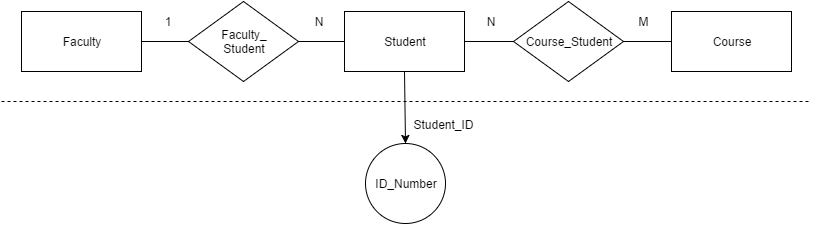
The draw.io diagram diagram/shift-2.png in jackey1510/TopicsInCS, before a commit. Source tidied: cells renumbered, new cells last; positions are measured from the earlier drawing's top-left corner, leaving out a move shared by most shapes. The source it was exported from:
```xml
<mxGraphModel background="#ffffff">
  <root>
    <mxCell id="0" />
    <mxCell id="1" parent="0" />
    <mxCell id="2" value="Student" style="whiteSpace=wrap;html=1;" parent="1" vertex="1">
      <mxGeometry x="343" y="10" width="120" height="60" as="geometry" />
    </mxCell>
    <mxCell id="3" value="Course_Student" style="rhombus;whiteSpace=wrap;html=1;" parent="1" vertex="1">
      <mxGeometry x="512" width="110" height="80" as="geometry" />
    </mxCell>
    <mxCell id="4" value="Faculty_&lt;div&gt;Student&lt;/div&gt;" style="rhombus;whiteSpace=wrap;html=1;" parent="1" vertex="1">
      <mxGeometry x="187" width="110" height="80" as="geometry" />
    </mxCell>
    <mxCell id="5" value="Faculty" style="whiteSpace=wrap;html=1;" parent="1" vertex="1">
      <mxGeometry x="20" y="10" width="120" height="60" as="geometry" />
    </mxCell>
    <mxCell id="6" value="Course" style="whiteSpace=wrap;html=1;" parent="1" vertex="1">
      <mxGeometry x="670" y="10" width="120" height="60" as="geometry" />
    </mxCell>
    <mxCell id="7" style="rounded=0;html=1;exitX=1;exitY=0.5;entryX=0;entryY=0.5;jettySize=auto;strokeColor=#000000;startArrow=none;startFill=0;endArrow=none;endFill=0;" parent="1" edge="1" source="5" target="4">
      <mxGeometry x="148.4" y="317" as="geometry" />
    </mxCell>
    <mxCell id="8" style="edgeStyle=none;rounded=0;html=1;exitX=1;exitY=0.5;entryX=0;entryY=0.5;startArrow=none;startFill=0;endArrow=none;endFill=0;jettySize=auto;strokeColor=#000000;" parent="1" edge="1" source="4" target="2">
      <mxGeometry x="305.6" y="317" as="geometry" />
    </mxCell>
    <mxCell id="9" style="edgeStyle=none;rounded=0;html=1;exitX=1;exitY=0.5;entryX=0;entryY=0.5;startArrow=none;startFill=0;endArrow=none;endFill=0;jettySize=auto;strokeColor=#000000;" parent="1" edge="1" source="2" target="3">
      <mxGeometry x="471.3" y="317" as="geometry" />
    </mxCell>
    <mxCell id="10" style="edgeStyle=none;rounded=0;html=1;exitX=1;exitY=0.5;entryX=0;entryY=0.5;startArrow=none;startFill=0;endArrow=none;endFill=0;jettySize=auto;strokeColor=#000000;" parent="1" edge="1" source="3" target="6">
      <mxGeometry x="629.9" y="317" as="geometry" />
    </mxCell>
    <mxCell id="11" style="endArrow=none;html=1;strokeColor=#000000;endFill=0;dashed=1;" parent="1" edge="1">
      <mxGeometry x="8" y="377" as="geometry">
        <mxPoint y="100" as="sourcePoint" />
        <mxPoint x="810" y="100" as="targetPoint" />
      </mxGeometry>
    </mxCell>
    <mxCell id="12" value="ID_Number" style="ellipse;whiteSpace=wrap;html=1;" parent="1" vertex="1">
      <mxGeometry x="364" y="141.8" width="80" height="80" as="geometry" />
    </mxCell>
    <mxCell id="13" value="Student_ID" style="text;html=1;strokeColor=none;fillColor=none;align=center;verticalAlign=middle;whiteSpace=wrap;" parent="1" vertex="1">
      <mxGeometry x="422" y="112.8" width="40" height="20" as="geometry" />
    </mxCell>
    <mxCell id="14" style="edgeStyle=none;rounded=0;html=1;exitX=0.5;exitY=1;entryX=0.5;entryY=0;startArrow=none;startFill=0;endArrow=classic;endFill=1;jettySize=auto;strokeColor=#000000;" parent="1" edge="1" source="2" target="12">
      <mxGeometry x="411.3" y="347" as="geometry" />
    </mxCell>
    <mxCell id="15" value="1" style="text;html=1;strokeColor=none;fillColor=none;align=center;verticalAlign=middle;whiteSpace=wrap;" parent="1" vertex="1">
      <mxGeometry x="146" y="10" width="40" height="20" as="geometry" />
    </mxCell>
    <mxCell id="16" value="N" style="text;html=1;strokeColor=none;fillColor=none;align=center;verticalAlign=middle;whiteSpace=wrap;" parent="1" vertex="1">
      <mxGeometry x="297" y="10" width="40" height="20" as="geometry" />
    </mxCell>
    <mxCell id="17" value="N" style="text;html=1;strokeColor=none;fillColor=none;align=center;verticalAlign=middle;whiteSpace=wrap;" parent="1" vertex="1">
      <mxGeometry x="469" y="10" width="40" height="20" as="geometry" />
    </mxCell>
    <mxCell id="18" value="M" style="text;html=1;strokeColor=none;fillColor=none;align=center;verticalAlign=middle;whiteSpace=wrap;" parent="1" vertex="1">
      <mxGeometry x="622" y="10" width="40" height="20" as="geometry" />
    </mxCell>
  </root>
</mxGraphModel>
```
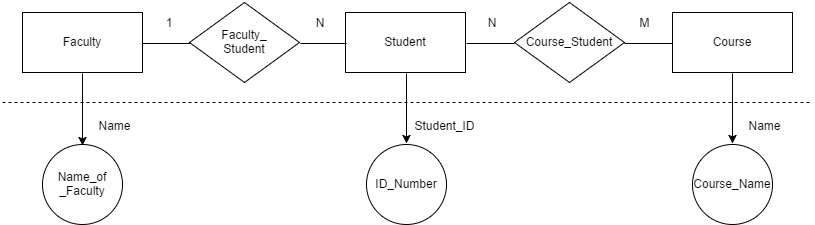
The same diagram one commit later.

Change to the diagram source:
```diff
@@ -2,59 +2,77 @@
   <root>
     <mxCell id="0" />
     <mxCell id="1" parent="0" />
-    <mxCell id="2" value="Student" style="whiteSpace=wrap;html=1;" parent="1" vertex="1">
-      <mxGeometry x="343" y="10" width="120" height="60" as="geometry" />
-    </mxCell>
-    <mxCell id="3" value="Course_Student" style="rhombus;whiteSpace=wrap;html=1;" parent="1" vertex="1">
-      <mxGeometry x="512" width="110" height="80" as="geometry" />
-    </mxCell>
-    <mxCell id="4" value="Faculty_&lt;div&gt;Student&lt;/div&gt;" style="rhombus;whiteSpace=wrap;html=1;" parent="1" vertex="1">
-      <mxGeometry x="187" width="110" height="80" as="geometry" />
-    </mxCell>
-    <mxCell id="5" value="Faculty" style="whiteSpace=wrap;html=1;" parent="1" vertex="1">
-      <mxGeometry x="20" y="10" width="120" height="60" as="geometry" />
+    <mxCell id="5" value="Student" style="whiteSpace=wrap;html=1;" parent="1" vertex="1">
+      <mxGeometry x="343" y="10" width="120" height="60" as="geometry" />
     </mxCell>
-    <mxCell id="6" value="Course" style="whiteSpace=wrap;html=1;" parent="1" vertex="1">
-      <mxGeometry x="670" y="10" width="120" height="60" as="geometry" />
+    <mxCell id="6" value="Course_Student" style="rhombus;whiteSpace=wrap;html=1;" parent="1" vertex="1">
+      <mxGeometry x="512" width="110" height="80" as="geometry" />
     </mxCell>
-    <mxCell id="7" style="rounded=0;html=1;exitX=1;exitY=0.5;entryX=0;entryY=0.5;jettySize=auto;strokeColor=#000000;startArrow=none;startFill=0;endArrow=none;endFill=0;" parent="1" edge="1" source="5" target="4">
-      <mxGeometry x="148.4" y="317" as="geometry" />
+    <mxCell id="7" value="Faculty_&lt;div&gt;Student&lt;/div&gt;" style="rhombus;whiteSpace=wrap;html=1;" parent="1" vertex="1">
+      <mxGeometry x="187" width="110" height="80" as="geometry" />
     </mxCell>
-    <mxCell id="8" style="edgeStyle=none;rounded=0;html=1;exitX=1;exitY=0.5;entryX=0;entryY=0.5;startArrow=none;startFill=0;endArrow=none;endFill=0;jettySize=auto;strokeColor=#000000;" parent="1" edge="1" source="4" target="2">
-      <mxGeometry x="305.6" y="317" as="geometry" />
+    <mxCell id="8" style="edgeStyle=none;rounded=0;html=1;exitX=0.5;exitY=1;entryX=0.5;entryY=0;startArrow=none;startFill=0;endArrow=classic;endFill=1;jettySize=auto;strokeColor=#000000;" parent="1" edge="1" source="9" target="24">
+      <mxGeometry x="88" y="348" as="geometry" />
     </mxCell>
-    <mxCell id="9" style="edgeStyle=none;rounded=0;html=1;exitX=1;exitY=0.5;entryX=0;entryY=0.5;startArrow=none;startFill=0;endArrow=none;endFill=0;jettySize=auto;strokeColor=#000000;" parent="1" edge="1" source="2" target="3">
-      <mxGeometry x="471.3" y="317" as="geometry" />
+    <mxCell id="9" value="Faculty" style="whiteSpace=wrap;html=1;" parent="1" vertex="1">
+      <mxGeometry x="20" y="10" width="120" height="60" as="geometry" />
     </mxCell>
-    <mxCell id="10" style="edgeStyle=none;rounded=0;html=1;exitX=1;exitY=0.5;entryX=0;entryY=0.5;startArrow=none;startFill=0;endArrow=none;endFill=0;jettySize=auto;strokeColor=#000000;" parent="1" edge="1" source="3" target="6">
-      <mxGeometry x="629.9" y="317" as="geometry" />
+    <mxCell id="10" style="edgeStyle=none;rounded=0;html=1;exitX=0.5;exitY=1;entryX=0.5;entryY=0;startArrow=none;startFill=0;endArrow=classic;endFill=1;jettySize=auto;strokeColor=#000000;" parent="1" edge="1" source="11" target="25">
+      <mxGeometry x="738" y="348" as="geometry" />
     </mxCell>
-    <mxCell id="11" style="endArrow=none;html=1;strokeColor=#000000;endFill=0;dashed=1;" parent="1" edge="1">
-      <mxGeometry x="8" y="377" as="geometry">
-        <mxPoint y="100" as="sourcePoint" />
-        <mxPoint x="810" y="100" as="targetPoint" />
-      </mxGeometry>
+    <mxCell id="11" value="Course" style="whiteSpace=wrap;html=1;" parent="1" vertex="1">
+      <mxGeometry x="670" y="10" width="120" height="60" as="geometry" />
     </mxCell>
-    <mxCell id="12" value="ID_Number" style="ellipse;whiteSpace=wrap;html=1;" parent="1" vertex="1">
-      <mxGeometry x="364" y="141.8" width="80" height="80" as="geometry" />
+    <mxCell id="12" style="rounded=0;html=1;exitX=1;exitY=0.5;entryX=0;entryY=0.5;jettySize=auto;strokeColor=#000000;startArrow=none;startFill=0;endArrow=none;endFill=0;" parent="1" edge="1" source="9" target="7">
+      <mxGeometry x="148" y="318" as="geometry" />
     </mxCell>
-    <mxCell id="13" value="Student_ID" style="text;html=1;strokeColor=none;fillColor=none;align=center;verticalAlign=middle;whiteSpace=wrap;" parent="1" vertex="1">
-      <mxGeometry x="422" y="112.8" width="40" height="20" as="geometry" />
+    <mxCell id="13" style="edgeStyle=none;rounded=0;html=1;exitX=1;exitY=0.5;entryX=0;entryY=0.5;startArrow=none;startFill=0;endArrow=none;endFill=0;jettySize=auto;strokeColor=#000000;" parent="1" edge="1" source="7" target="5">
+      <mxGeometry x="306" y="318" as="geometry" />
     </mxCell>
-    <mxCell id="14" style="edgeStyle=none;rounded=0;html=1;exitX=0.5;exitY=1;entryX=0.5;entryY=0;startArrow=none;startFill=0;endArrow=classic;endFill=1;jettySize=auto;strokeColor=#000000;" parent="1" edge="1" source="2" target="12">
-      <mxGeometry x="411.3" y="347" as="geometry" />
+    <mxCell id="14" style="edgeStyle=none;rounded=0;html=1;exitX=1;exitY=0.5;entryX=0;entryY=0.5;startArrow=none;startFill=0;endArrow=none;endFill=0;jettySize=auto;strokeColor=#000000;" parent="1" edge="1" source="5" target="6">
+      <mxGeometry x="472" y="318" as="geometry" />
     </mxCell>
-    <mxCell id="15" value="1" style="text;html=1;strokeColor=none;fillColor=none;align=center;verticalAlign=middle;whiteSpace=wrap;" parent="1" vertex="1">
-      <mxGeometry x="146" y="10" width="40" height="20" as="geometry" />
+    <mxCell id="15" style="edgeStyle=none;rounded=0;html=1;exitX=1;exitY=0.5;entryX=0;entryY=0.5;startArrow=none;startFill=0;endArrow=none;endFill=0;jettySize=auto;strokeColor=#000000;" parent="1" edge="1" source="6" target="11">
+      <mxGeometry x="630" y="318" as="geometry" />
     </mxCell>
-    <mxCell id="16" value="N" style="text;html=1;strokeColor=none;fillColor=none;align=center;verticalAlign=middle;whiteSpace=wrap;" parent="1" vertex="1">
-      <mxGeometry x="297" y="10" width="40" height="20" as="geometry" />
+    <mxCell id="16" style="endArrow=none;html=1;strokeColor=#000000;endFill=0;dashed=1;" parent="1" edge="1">
+      <mxGeometry x="8" y="377" as="geometry">
+        <mxPoint y="100" as="sourcePoint" />
+        <mxPoint x="810" y="100" as="targetPoint" />
+      </mxGeometry>
     </mxCell>
-    <mxCell id="17" value="N" style="text;html=1;strokeColor=none;fillColor=none;align=center;verticalAlign=middle;whiteSpace=wrap;" parent="1" vertex="1">
-      <mxGeometry x="469" y="10" width="40" height="20" as="geometry" />
+    <mxCell id="17" value="ID_Number" style="ellipse;whiteSpace=wrap;html=1;" parent="1" vertex="1">
+      <mxGeometry x="364" y="141.8" width="80" height="80" as="geometry" />
     </mxCell>
-    <mxCell id="18" value="M" style="text;html=1;strokeColor=none;fillColor=none;align=center;verticalAlign=middle;whiteSpace=wrap;" parent="1" vertex="1">
-      <mxGeometry x="622" y="10" width="40" height="20" as="geometry" />
+    <mxCell id="18" value="Student_ID" style="text;html=1;strokeColor=none;fillColor=none;align=center;verticalAlign=middle;whiteSpace=wrap;" parent="1" vertex="1">
+      <mxGeometry x="422" y="112.8" width="40" height="20" as="geometry" />
     </mxCell>
+    <mxCell id="19" style="edgeStyle=none;rounded=0;html=1;exitX=0.5;exitY=1;entryX=0.5;entryY=0;startArrow=none;startFill=0;endArrow=classic;endFill=1;jettySize=auto;strokeColor=#000000;" parent="1" edge="1" source="5" target="17">
+      <mxGeometry x="412" y="348" as="geometry" />
+    </mxCell>
+    <mxCell id="20" value="1" style="text;html=1;strokeColor=none;fillColor=none;align=center;verticalAlign=middle;whiteSpace=wrap;" parent="1" vertex="1">
+      <mxGeometry x="146" y="10" width="40" height="20" as="geometry" />
+    </mxCell>
+    <mxCell id="21" value="N" style="text;html=1;strokeColor=none;fillColor=none;align=center;verticalAlign=middle;whiteSpace=wrap;" parent="1" vertex="1">
+      <mxGeometry x="297" y="10" width="40" height="20" as="geometry" />
+    </mxCell>
+    <mxCell id="22" value="N" style="text;html=1;strokeColor=none;fillColor=none;align=center;verticalAlign=middle;whiteSpace=wrap;" parent="1" vertex="1">
+      <mxGeometry x="469" y="10" width="40" height="20" as="geometry" />
+    </mxCell>
+    <mxCell id="23" value="M" style="text;html=1;strokeColor=none;fillColor=none;align=center;verticalAlign=middle;whiteSpace=wrap;" parent="1" vertex="1">
+      <mxGeometry x="622" y="10" width="40" height="20" as="geometry" />
+    </mxCell>
+    <mxCell id="24" value="Name_of&lt;div&gt;_&lt;span&gt;Faculty&lt;/span&gt;&lt;/div&gt;" style="ellipse;whiteSpace=wrap;html=1;" parent="1" vertex="1">
+      <mxGeometry x="40" y="142" width="80" height="80" as="geometry" />
+    </mxCell>
+    <mxCell id="25" value="Course_Name" style="ellipse;whiteSpace=wrap;html=1;" parent="1" vertex="1">
+      <mxGeometry x="690" y="141.6" width="80" height="80" as="geometry" />
+    </mxCell>
+    <mxCell id="26" value="Name" style="text;html=1;strokeColor=none;fillColor=none;align=center;verticalAlign=middle;whiteSpace=wrap;" parent="1" vertex="1">
+      <mxGeometry x="92" y="113" width="40" height="20" as="geometry" />
+    </mxCell>
+    <mxCell id="27" value="Name" style="text;html=1;strokeColor=none;fillColor=none;align=center;verticalAlign=middle;whiteSpace=wrap;" parent="1" vertex="1">
+      <mxGeometry x="742" y="113" width="40" height="20" as="geometry" />
+    </mxCell>
   </root>
 </mxGraphModel>
```
